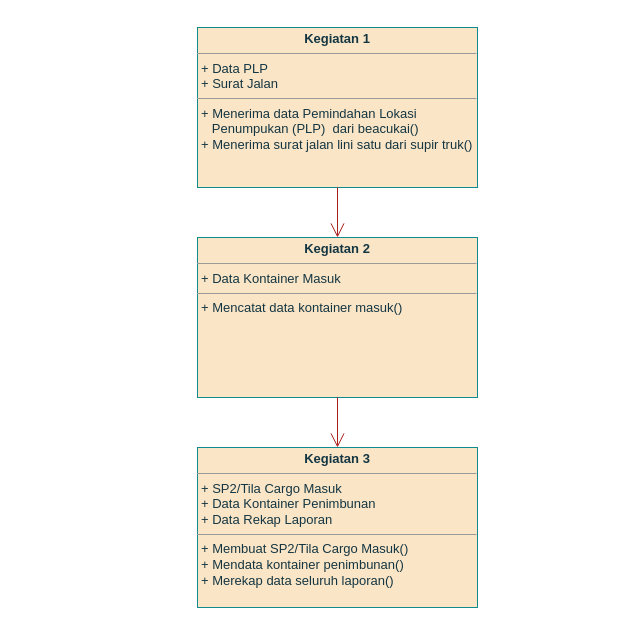
Earlier version of the draw.io diagram page "masuk" (1 of 2) of Class Diagram pa tata.drawio (cuangshulhan/Flowchart). Source tidied: cells renumbered, new cells numbered last; positions are measured from the earlier drawing's top-left corner, leaving out a move shared by most shapes. Both pictures are drawn from the tidied source at 100%, with x=0, y=0 at pixel (197, 27).
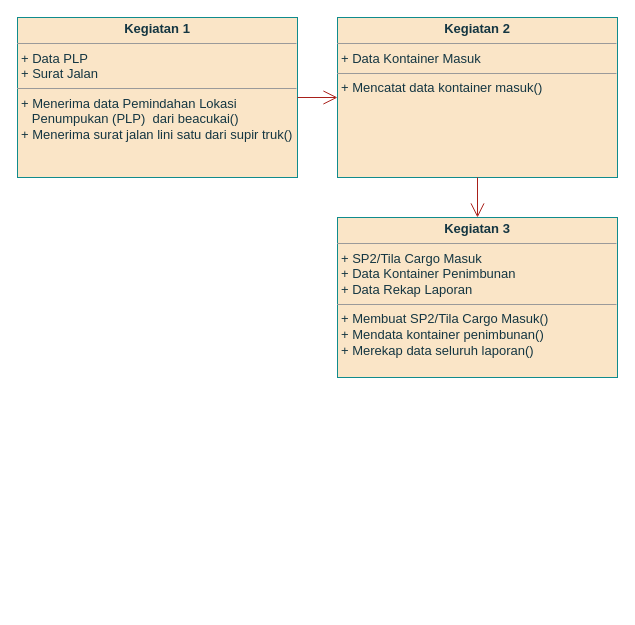
The same page after the edit.

What changed in the source:
```diff
@@
 <mxGraphModel>
   <root>
     <mxCell id="0" />
     <mxCell id="1" parent="0" />
     <mxCell id="2" value="&lt;p style=&quot;margin: 4px 0px 0px ; text-align: center ; font-size: 13px&quot;&gt;&lt;font style=&quot;font-size: 13px&quot;&gt;&lt;b&gt;Kegiatan 1&lt;br&gt;&lt;/b&gt;&lt;/font&gt;&lt;/p&gt;&lt;hr style=&quot;font-size: 13px&quot; size=&quot;1&quot;&gt;&lt;p style=&quot;margin: 0px 0px 0px 4px ; font-size: 13px&quot;&gt;&lt;font style=&quot;font-size: 13px&quot;&gt;+ Data PLP&lt;br&gt;&lt;/font&gt;&lt;/p&gt;&lt;p style=&quot;margin: 0px 0px 0px 4px ; font-size: 13px&quot;&gt;&lt;font style=&quot;font-size: 13px&quot;&gt;+ Surat Jalan&lt;br&gt;&lt;/font&gt;&lt;/p&gt;&lt;hr style=&quot;font-size: 13px&quot; size=&quot;1&quot;&gt;&lt;p style=&quot;margin: 0px 0px 0px 4px ; font-size: 13px&quot;&gt;&lt;font style=&quot;font-size: 13px&quot;&gt;+ Menerima data Pemindahan Lokasi &lt;br&gt;&lt;/font&gt;&lt;/p&gt;&lt;p style=&quot;margin: 0px 0px 0px 4px ; font-size: 13px&quot;&gt;&lt;font style=&quot;font-size: 13px&quot;&gt;&amp;nbsp;&amp;nbsp; Penumpukan (PLP)&amp;nbsp; dari beacukai()&lt;/font&gt;&lt;/p&gt;&lt;p style=&quot;margin: 0px 0px 0px 4px ; font-size: 13px&quot;&gt;&lt;font style=&quot;font-size: 13px&quot;&gt;+ Menerima surat jalan lini satu dari supir truk()&lt;br&gt;&lt;/font&gt;&lt;/p&gt;" style="verticalAlign=top;align=left;overflow=fill;fontSize=12;fontFamily=Helvetica;html=1;fillColor=#FAE5C7;strokeColor=#0F8B8D;fontColor=#143642;" parent="1" vertex="1">
-      <mxGeometry width="280" height="160" as="geometry" />
+      <mxGeometry x="-180" y="-10" width="280" height="160" as="geometry" />
     </mxCell>
     <mxCell id="3" value="&lt;p style=&quot;margin: 4px 0px 0px ; text-align: center ; font-size: 13px&quot;&gt;&lt;font style=&quot;font-size: 13px&quot;&gt;&lt;b&gt;Kegiatan 2&lt;br&gt;&lt;/b&gt;&lt;/font&gt;&lt;/p&gt;&lt;hr style=&quot;font-size: 13px&quot; size=&quot;1&quot;&gt;&lt;p style=&quot;margin: 0px 0px 0px 4px ; font-size: 13px&quot;&gt;&lt;font style=&quot;font-size: 13px&quot;&gt;+ Data Kontainer Masuk&lt;/font&gt;&lt;/p&gt;&lt;hr style=&quot;font-size: 13px&quot; size=&quot;1&quot;&gt;&lt;p style=&quot;margin: 0px 0px 0px 4px ; font-size: 13px&quot;&gt;&lt;font style=&quot;font-size: 13px&quot;&gt;+ Mencatat data kontainer masuk()&lt;/font&gt;&lt;/p&gt;" style="verticalAlign=top;align=left;overflow=fill;fontSize=12;fontFamily=Helvetica;html=1;fillColor=#FAE5C7;strokeColor=#0F8B8D;fontColor=#143642;" parent="1" vertex="1">
-      <mxGeometry y="210" width="280" height="160" as="geometry" />
+      <mxGeometry x="140" y="-10" width="280" height="160" as="geometry" />
     </mxCell>
     <mxCell id="4" value="&lt;p style=&quot;margin: 4px 0px 0px ; text-align: center ; font-size: 13px&quot;&gt;&lt;font style=&quot;font-size: 13px&quot;&gt;&lt;b&gt;Kegiatan 3&lt;br&gt;&lt;/b&gt;&lt;/font&gt;&lt;/p&gt;&lt;hr style=&quot;font-size: 13px&quot; size=&quot;1&quot;&gt;&lt;p style=&quot;margin: 0px 0px 0px 4px ; font-size: 13px&quot;&gt;&lt;font style=&quot;font-size: 13px&quot;&gt;+ SP2/Tila Cargo Masuk&lt;/font&gt;&lt;/p&gt;&lt;p style=&quot;margin: 0px 0px 0px 4px ; font-size: 13px&quot;&gt;&lt;font style=&quot;font-size: 13px&quot;&gt;+ Data Kontainer Penimbunan&lt;/font&gt;&lt;/p&gt;&lt;p style=&quot;margin: 0px 0px 0px 4px ; font-size: 13px&quot;&gt;&lt;font style=&quot;font-size: 13px&quot;&gt;+ Data Rekap Laporan&lt;br&gt;&lt;/font&gt;&lt;/p&gt;&lt;hr style=&quot;font-size: 13px&quot; size=&quot;1&quot;&gt;&lt;p style=&quot;margin: 0px 0px 0px 4px ; font-size: 13px&quot;&gt;&lt;font style=&quot;font-size: 13px&quot;&gt;+ Membuat SP2/Tila Cargo Masuk()&lt;/font&gt;&lt;/p&gt;&lt;p style=&quot;margin: 0px 0px 0px 4px ; font-size: 13px&quot;&gt;&lt;font style=&quot;font-size: 13px&quot;&gt;+ Mendata kontainer penimbunan()&lt;/font&gt;&lt;/p&gt;&lt;p style=&quot;margin: 0px 0px 0px 4px ; font-size: 13px&quot;&gt;&lt;font style=&quot;font-size: 13px&quot;&gt;+ Merekap data seluruh laporan()&lt;br&gt;&lt;/font&gt;&lt;/p&gt;" style="verticalAlign=top;align=left;overflow=fill;fontSize=12;fontFamily=Helvetica;html=1;fillColor=#FAE5C7;strokeColor=#0F8B8D;fontColor=#143642;" parent="1" vertex="1">
-      <mxGeometry y="420" width="280" height="160" as="geometry" />
+      <mxGeometry x="140" y="190" width="280" height="160" as="geometry" />
     </mxCell>
-    <mxCell id="5" style="endArrow=open;endFill=1;endSize=12;html=1;exitX=0.5;exitY=1;exitDx=0;exitDy=0;labelBackgroundColor=#DAD2D8;strokeColor=#A8201A;fontColor=#143642;" parent="1" edge="1" source="2" target="3">
+    <mxCell id="5" style="endArrow=open;endFill=1;endSize=12;html=1;exitX=1;exitY=0.5;exitDx=0;exitDy=0;labelBackgroundColor=#DAD2D8;strokeColor=#A8201A;fontColor=#143642;" parent="1" edge="1" source="2" target="3">
       <mxGeometry relative="1" as="geometry" />
     </mxCell>
     <mxCell id="6" style="endArrow=open;endFill=1;endSize=12;html=1;exitX=0.5;exitY=1;exitDx=0;exitDy=0;entryX=0.5;entryY=0;entryDx=0;entryDy=0;labelBackgroundColor=#DAD2D8;strokeColor=#A8201A;fontColor=#143642;" parent="1" edge="1" source="3" target="4">
       <mxGeometry relative="1" as="geometry" />
     </mxCell>
   </root>
 </mxGraphModel>
```
